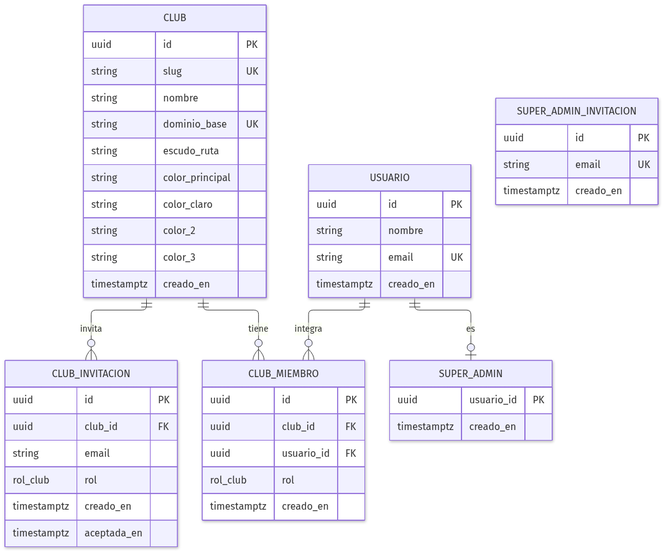
Earlier version of the Mermaid export docs/der-el-club.png (jvallelunga/el-club-app). Its source is kept beside it as docs/der-el-club.mmd.
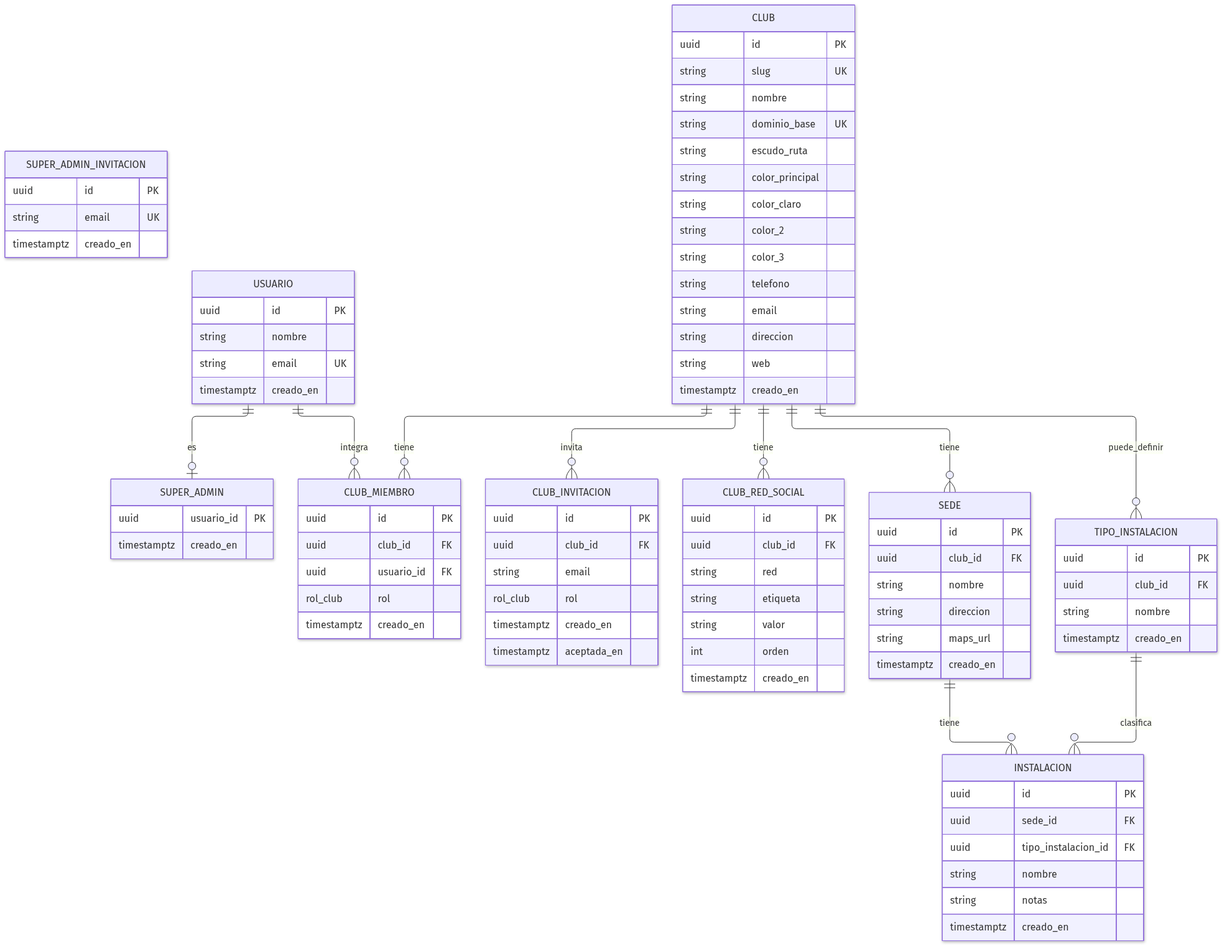
Later version of the same file.

The edit, as a diff of the source:
```diff
@@ -9,6 +9,41 @@
         string color_claro
         string color_2
         string color_3
+        string telefono
+        string email
+        string direccion
+        string web
+        timestamptz creado_en
+    }
+    CLUB_RED_SOCIAL {
+        uuid id PK
+        uuid club_id FK
+        string red
+        string etiqueta
+        string valor
+        int orden
+        timestamptz creado_en
+    }
+    SEDE {
+        uuid id PK
+        uuid club_id FK
+        string nombre
+        string direccion
+        string maps_url
+        timestamptz creado_en
+    }
+    TIPO_INSTALACION {
+        uuid id PK
+        uuid club_id FK
+        string nombre
+        timestamptz creado_en
+    }
+    INSTALACION {
+        uuid id PK
+        uuid sede_id FK
+        uuid tipo_instalacion_id FK
+        string nombre
+        string notas
         timestamptz creado_en
     }
     USUARIO {
@@ -45,3 +80,8 @@
     USUARIO ||--o{ CLUB_MIEMBRO : integra
     USUARIO ||--o| SUPER_ADMIN : es
     CLUB ||--o{ CLUB_INVITACION : invita
+    CLUB ||--o{ CLUB_RED_SOCIAL : tiene
+    CLUB ||--o{ SEDE : tiene
+    CLUB ||--o{ TIPO_INSTALACION : puede_definir
+    SEDE ||--o{ INSTALACION : tiene
+    TIPO_INSTALACION ||--o{ INSTALACION : clasifica
```
